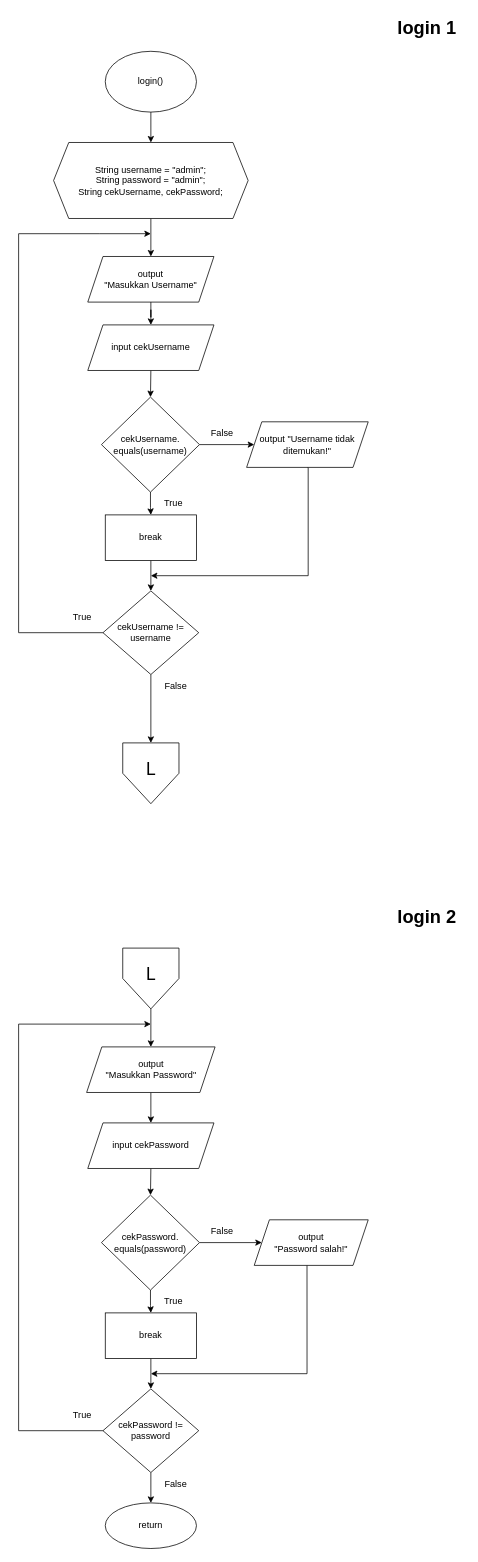
nhaidaar/daspro keeps this draw.io diagram as page "login" (3 of 10) of Tugas Akhir/Flowchart.drawio. Above is the earlier version. Source tidied: cells renumbered, new cells numbered last; positions are measured from the earlier drawing's top-left corner, leaving out a move shared by most shapes. Both pictures are drawn from the tidied source at 76%, with x=0, y=0 at pixel (18, 13).
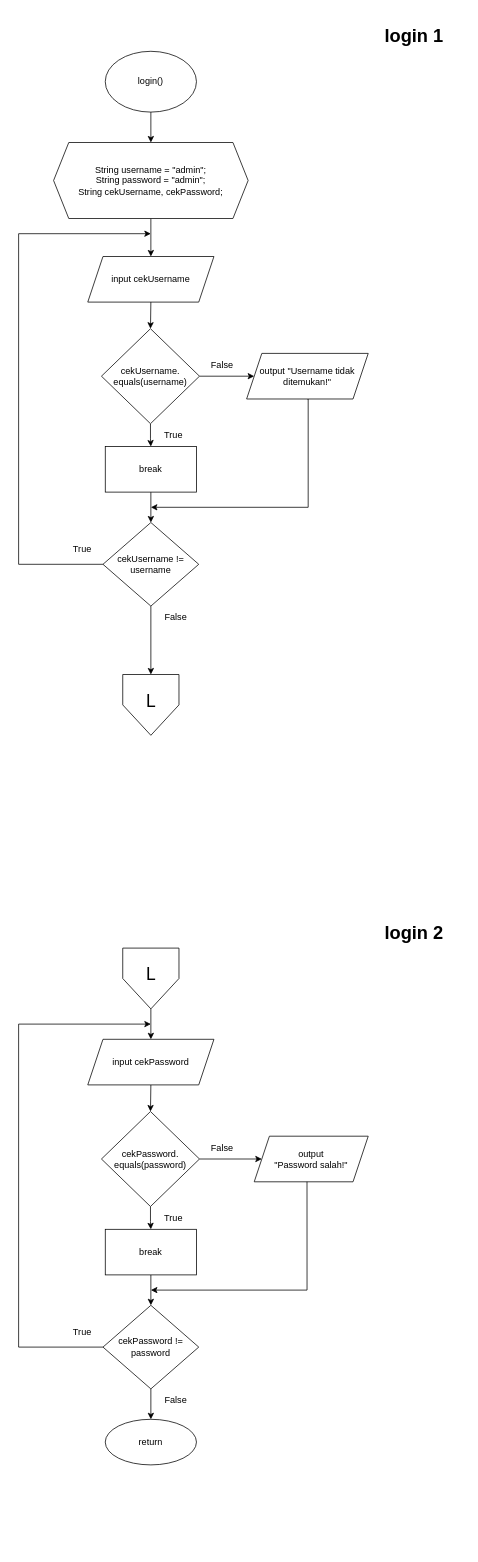
The same page after the edit.

Unchanged cells that the change refers to:
```xml
<mxCell id="5" value="&lt;div&gt;String username = &quot;admin&quot;;&lt;/div&gt;&lt;div&gt;&lt;span style=&quot;background-color: initial;&quot;&gt;String password = &quot;admin&quot;;&lt;/span&gt;&lt;/div&gt;&lt;div&gt;&lt;span style=&quot;background-color: initial;&quot;&gt;String cekUsername, cekPassword;&lt;/span&gt;&lt;/div&gt;" style="shape=hexagon;perimeter=hexagonPerimeter2;whiteSpace=wrap;html=1;fixedSize=1;align=center;" parent="1" vertex="1">
  <mxGeometry x="46" y="170" width="256" height="100" as="geometry" />
</mxCell>
<mxCell id="41" value="L" style="verticalLabelPosition=bottom;verticalAlign=top;html=1;shape=offPageConnector;rounded=0;size=0.5;spacingTop=-65;fontSize=23;" parent="1" vertex="1">
  <mxGeometry x="137" y="1230" width="74" height="80" as="geometry" />
</mxCell>
```

Diff of the diagram source:
```diff
@@
-    <mxCell id="4" style="edgeStyle=orthogonalEdgeStyle;rounded=0;jettySize=auto;html=1;entryX=0.5;entryY=0;entryDx=0;entryDy=0;" parent="1" edge="1" source="5" target="44">
+    <mxCell id="4" style="edgeStyle=orthogonalEdgeStyle;rounded=0;jettySize=auto;html=1;entryX=0.5;entryY=0;entryDx=0;entryDy=0;" parent="1" edge="1" source="5" target="8">
       <mxGeometry relative="1" as="geometry" />
     </mxCell>
@@
-    <mxCell id="6" style="edgeStyle=orthogonalEdgeStyle;rounded=0;jettySize=auto;html=1;exitX=0.5;exitY=1;exitDx=0;exitDy=0;" parent="1" edge="1" source="44" target="8">
-      <mxGeometry relative="1" as="geometry" />
-    </mxCell>
@@
     <mxCell id="8" value="input cekUsername" style="shape=parallelogram;perimeter=parallelogramPerimeter;whiteSpace=wrap;html=1;fixedSize=1;" parent="1" vertex="1">
-      <mxGeometry x="91" y="410" width="166" height="60" as="geometry" />
+      <mxGeometry x="91" y="320" width="166" height="60" as="geometry" />
     </mxCell>
@@
     <mxCell id="11" value="cekUsername.&lt;br&gt;equals(username)" style="rhombus;whiteSpace=wrap;html=1;" parent="1" vertex="1">
-      <mxGeometry x="109" y="505" width="129" height="125" as="geometry" />
+      <mxGeometry x="109" y="415" width="129" height="125" as="geometry" />
     </mxCell>
@@
     <mxCell id="13" value="break" style="whiteSpace=wrap;html=1;" parent="1" vertex="1">
-      <mxGeometry x="114" y="660" width="120" height="60" as="geometry" />
+      <mxGeometry x="114" y="570" width="120" height="60" as="geometry" />
     </mxCell>
     <mxCell id="14" style="edgeStyle=orthogonalEdgeStyle;rounded=0;jettySize=auto;html=1;exitX=0.5;exitY=1;exitDx=0;exitDy=0;" parent="1" edge="1" source="45">
       <mxGeometry relative="1" as="geometry">
-        <mxPoint x="174" y="740" as="targetPoint" />
+        <mxPoint x="174" y="650" as="targetPoint" />
         <Array as="points">
-          <mxPoint x="381" y="598" />
-          <mxPoint x="381" y="740" />
+          <mxPoint x="381" y="508" />
+          <mxPoint x="381" y="650" />
         </Array>
       </mxGeometry>
     </mxCell>
     <mxCell id="15" style="edgeStyle=orthogonalEdgeStyle;rounded=0;jettySize=auto;html=1;exitX=0;exitY=0.5;exitDx=0;exitDy=0;" parent="1" edge="1" source="17">
       <mxGeometry relative="1" as="geometry">
         <mxPoint x="174" y="290" as="targetPoint" />
         <Array as="points">
-          <mxPoint y="815" />
+          <mxPoint y="725" />
           <mxPoint y="290" />
-          <mxPoint x="106" y="290" />
         </Array>
       </mxGeometry>
     </mxCell>
@@
     <mxCell id="17" value="cekUsername != username" style="rhombus;whiteSpace=wrap;html=1;" parent="1" vertex="1">
-      <mxGeometry x="111" y="760" width="126" height="110" as="geometry" />
+      <mxGeometry x="111" y="670" width="126" height="110" as="geometry" />
     </mxCell>
-    <mxCell id="18" style="edgeStyle=orthogonalEdgeStyle;rounded=0;jettySize=auto;html=1;exitX=0.5;exitY=1;exitDx=0;exitDy=0;entryX=0.5;entryY=0;entryDx=0;entryDy=0;" parent="1" edge="1" source="46" target="20">
+    <mxCell id="18" style="edgeStyle=orthogonalEdgeStyle;rounded=0;jettySize=auto;html=1;exitX=0.5;exitY=1;exitDx=0;exitDy=0;entryX=0.5;entryY=0;entryDx=0;entryDy=0;" parent="1" edge="1" source="41" target="20">
       <mxGeometry relative="1" as="geometry" />
     </mxCell>
@@
     <mxCell id="20" value="input cekPassword" style="shape=parallelogram;perimeter=parallelogramPerimeter;whiteSpace=wrap;html=1;fixedSize=1;" parent="1" vertex="1">
-      <mxGeometry x="91" y="1460" width="166" height="60" as="geometry" />
+      <mxGeometry x="91" y="1350" width="166" height="60" as="geometry" />
     </mxCell>
@@
     <mxCell id="23" value="cekPassword.&lt;br&gt;equals(password)" style="rhombus;whiteSpace=wrap;html=1;" parent="1" vertex="1">
-      <mxGeometry x="109" y="1555" width="129" height="125" as="geometry" />
+      <mxGeometry x="109" y="1445" width="129" height="125" as="geometry" />
     </mxCell>
     <mxCell id="24" style="edgeStyle=orthogonalEdgeStyle;rounded=0;jettySize=auto;html=1;" parent="1" edge="1" source="25">
       <mxGeometry relative="1" as="geometry">
-        <mxPoint x="174" y="1810" as="targetPoint" />
+        <mxPoint x="174" y="1700" as="targetPoint" />
       </mxGeometry>
     </mxCell>
     <mxCell id="25" value="break" style="whiteSpace=wrap;html=1;" parent="1" vertex="1">
-      <mxGeometry x="114" y="1710" width="120" height="60" as="geometry" />
+      <mxGeometry x="114" y="1600" width="120" height="60" as="geometry" />
     </mxCell>
     <mxCell id="26" style="edgeStyle=orthogonalEdgeStyle;rounded=0;jettySize=auto;html=1;exitX=0.463;exitY=0.985;exitDx=0;exitDy=0;exitPerimeter=0;" parent="1" edge="1" source="47">
       <mxGeometry relative="1" as="geometry">
-        <mxPoint x="174" y="1790" as="targetPoint" />
+        <mxPoint x="174" y="1680" as="targetPoint" />
         <Array as="points">
-          <mxPoint x="380" y="1790" />
+          <mxPoint x="380" y="1680" />
         </Array>
       </mxGeometry>
     </mxCell>
     <mxCell id="27" style="edgeStyle=orthogonalEdgeStyle;rounded=0;jettySize=auto;html=1;exitX=0;exitY=0.5;exitDx=0;exitDy=0;" parent="1" edge="1" source="29">
       <mxGeometry relative="1" as="geometry">
         <mxPoint x="174" y="1330" as="targetPoint" />
         <Array as="points">
-          <mxPoint y="1865" />
+          <mxPoint y="1755" />
           <mxPoint y="1330" />
         </Array>
       </mxGeometry>
     </mxCell>
@@
     <mxCell id="29" value="cekPassword != password" style="rhombus;whiteSpace=wrap;html=1;" parent="1" vertex="1">
-      <mxGeometry x="111" y="1810" width="126" height="110" as="geometry" />
+      <mxGeometry x="111" y="1700" width="126" height="110" as="geometry" />
     </mxCell>
     <mxCell id="30" value="False" style="text;html=1;strokeColor=none;fillColor=none;align=center;verticalAlign=middle;whiteSpace=wrap;rounded=0;" parent="1" vertex="1">
-      <mxGeometry x="238" y="537.5" width="60" height="30" as="geometry" />
+      <mxGeometry x="238" y="447.5" width="60" height="30" as="geometry" />
     </mxCell>
     <mxCell id="31" value="True" style="text;html=1;strokeColor=none;fillColor=none;align=center;verticalAlign=middle;whiteSpace=wrap;rounded=0;" parent="1" vertex="1">
-      <mxGeometry x="174" y="630" width="60" height="30" as="geometry" />
+      <mxGeometry x="174" y="540" width="60" height="30" as="geometry" />
     </mxCell>
     <mxCell id="32" value="False" style="text;html=1;strokeColor=none;fillColor=none;align=center;verticalAlign=middle;whiteSpace=wrap;rounded=0;" parent="1" vertex="1">
-      <mxGeometry x="177" y="870" width="60" height="30" as="geometry" />
+      <mxGeometry x="177" y="780" width="60" height="30" as="geometry" />
     </mxCell>
     <mxCell id="33" value="True" style="text;html=1;strokeColor=none;fillColor=none;align=center;verticalAlign=middle;whiteSpace=wrap;rounded=0;" parent="1" vertex="1">
-      <mxGeometry x="54" y="780" width="60" height="30" as="geometry" />
+      <mxGeometry x="54" y="690" width="60" height="30" as="geometry" />
     </mxCell>
     <mxCell id="34" value="False" style="text;html=1;strokeColor=none;fillColor=none;align=center;verticalAlign=middle;whiteSpace=wrap;rounded=0;" parent="1" vertex="1">
-      <mxGeometry x="238" y="1587.5" width="60" height="30" as="geometry" />
+      <mxGeometry x="238" y="1477.5" width="60" height="30" as="geometry" />
     </mxCell>
     <mxCell id="35" value="True" style="text;html=1;strokeColor=none;fillColor=none;align=center;verticalAlign=middle;whiteSpace=wrap;rounded=0;" parent="1" vertex="1">
-      <mxGeometry x="174" y="1680" width="60" height="30" as="geometry" />
+      <mxGeometry x="174" y="1570" width="60" height="30" as="geometry" />
     </mxCell>
     <mxCell id="36" value="False" style="text;html=1;strokeColor=none;fillColor=none;align=center;verticalAlign=middle;whiteSpace=wrap;rounded=0;" parent="1" vertex="1">
-      <mxGeometry x="177" y="1920" width="60" height="30" as="geometry" />
+      <mxGeometry x="177" y="1810" width="60" height="30" as="geometry" />
     </mxCell>
     <mxCell id="37" value="True" style="text;html=1;strokeColor=none;fillColor=none;align=center;verticalAlign=middle;whiteSpace=wrap;rounded=0;" parent="1" vertex="1">
-      <mxGeometry x="54" y="1830" width="60" height="30" as="geometry" />
+      <mxGeometry x="54" y="1720" width="60" height="30" as="geometry" />
     </mxCell>
     <mxCell id="38" value="return" style="ellipse;whiteSpace=wrap;html=1;" parent="1" vertex="1">
-      <mxGeometry x="114" y="1960" width="120" height="60" as="geometry" />
+      <mxGeometry x="114" y="1850" width="120" height="60" as="geometry" />
     </mxCell>
     <mxCell id="39" value="L" style="verticalLabelPosition=bottom;verticalAlign=top;html=1;shape=offPageConnector;rounded=0;size=0.5;spacingTop=-65;fontSize=23;" parent="1" vertex="1">
-      <mxGeometry x="137" y="960" width="74" height="80" as="geometry" />
+      <mxGeometry x="137" y="870" width="74" height="80" as="geometry" />
     </mxCell>
-    <mxCell id="40" style="edgeStyle=orthogonalEdgeStyle;rounded=0;jettySize=auto;html=1;exitX=0.5;exitY=1;exitDx=0;exitDy=0;fontSize=23;entryX=0.5;entryY=0;entryDx=0;entryDy=0;" parent="1" edge="1" source="41" target="46">
-      <mxGeometry relative="1" as="geometry" />
-    </mxCell>
@@
     <mxCell id="42" value="login 1" style="text;strokeColor=none;fillColor=none;html=1;fontSize=24;fontStyle=1;verticalAlign=middle;align=center;" parent="1" vertex="1">
-      <mxGeometry x="487" width="100" height="40" as="geometry" />
+      <mxGeometry x="470" y="10" width="100" height="40" as="geometry" />
     </mxCell>
     <mxCell id="43" value="login 2" style="text;strokeColor=none;fillColor=none;html=1;fontSize=24;fontStyle=1;verticalAlign=middle;align=center;" parent="1" vertex="1">
-      <mxGeometry x="487" y="1169" width="100" height="40" as="geometry" />
+      <mxGeometry x="470" y="1190" width="100" height="40" as="geometry" />
     </mxCell>
-    <mxCell id="44" value="output &lt;br&gt;&quot;Masukkan Username&quot;" style="shape=parallelogram;perimeter=parallelogramPerimeter;whiteSpace=wrap;html=1;fixedSize=1;" parent="1" vertex="1">
-      <mxGeometry x="91" y="320" width="166" height="60" as="geometry" />
-    </mxCell>
     <mxCell id="45" value="output &quot;Username tidak ditemukan!&quot;" style="shape=parallelogram;perimeter=parallelogramPerimeter;whiteSpace=wrap;html=1;fixedSize=1;" parent="1" vertex="1">
-      <mxGeometry x="300" y="537.5" width="160" height="60" as="geometry" />
+      <mxGeometry x="300" y="447.5" width="160" height="60" as="geometry" />
     </mxCell>
-    <mxCell id="46" value="output &lt;br&gt;&quot;Masukkan Password&quot;" style="shape=parallelogram;perimeter=parallelogramPerimeter;whiteSpace=wrap;html=1;fixedSize=1;" parent="1" vertex="1">
-      <mxGeometry x="89.5" y="1360" width="169" height="60" as="geometry" />
-    </mxCell>
     <mxCell id="47" value="output&lt;br&gt;&quot;Password salah!&quot;" style="shape=parallelogram;perimeter=parallelogramPerimeter;whiteSpace=wrap;html=1;fixedSize=1;" parent="1" vertex="1">
-      <mxGeometry x="310" y="1587.5" width="150" height="60" as="geometry" />
+      <mxGeometry x="310" y="1477.5" width="150" height="60" as="geometry" />
     </mxCell>
```
